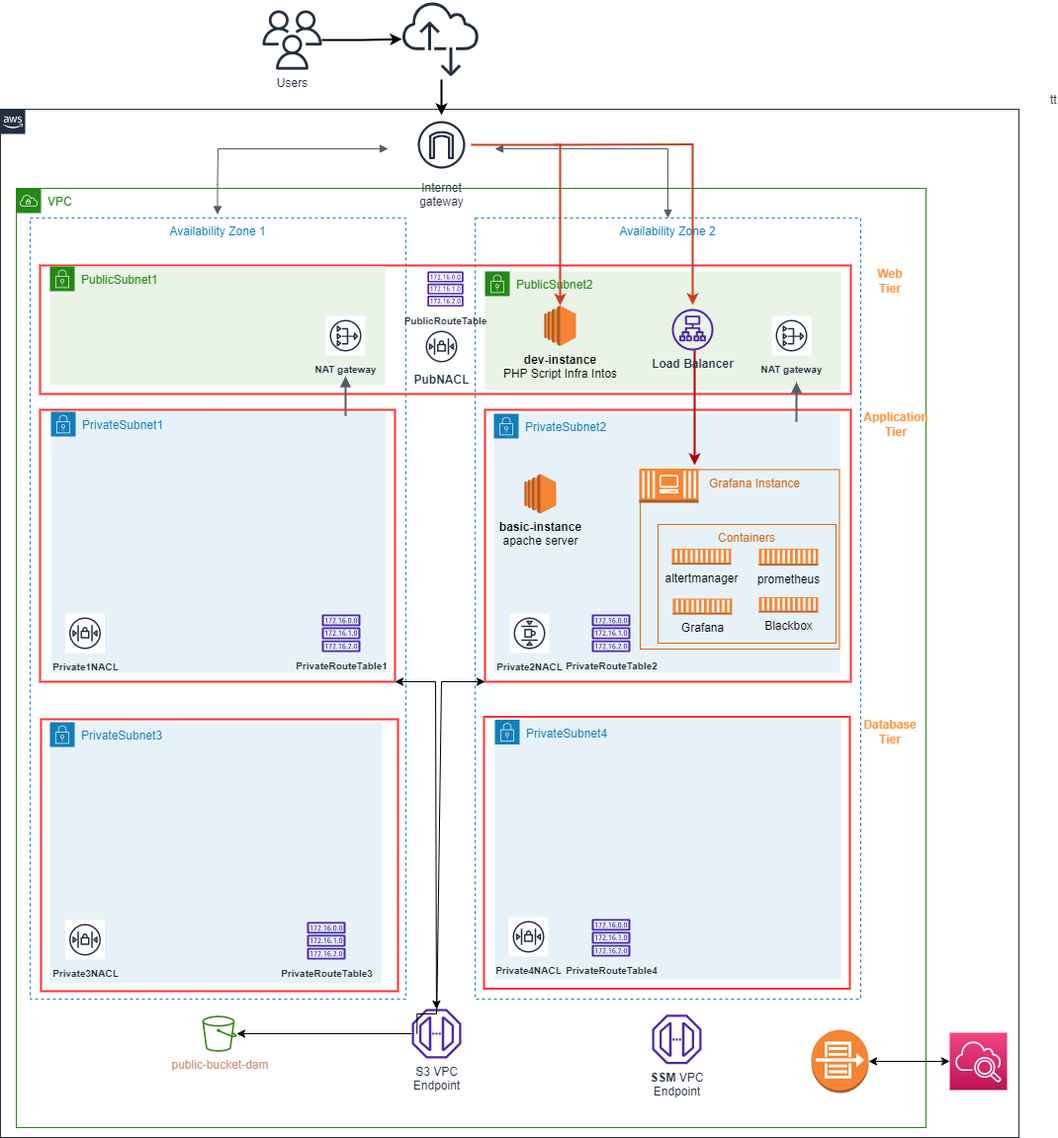
Above: aws-iac/images/AWSInfraInstances.png in blro-ep/ITCNE23-SEM-I (draw.io), before the change. Source tidied: cells renumbered, new cells last; positions are measured from the earlier drawing's top-left corner, leaving out a move shared by most shapes.
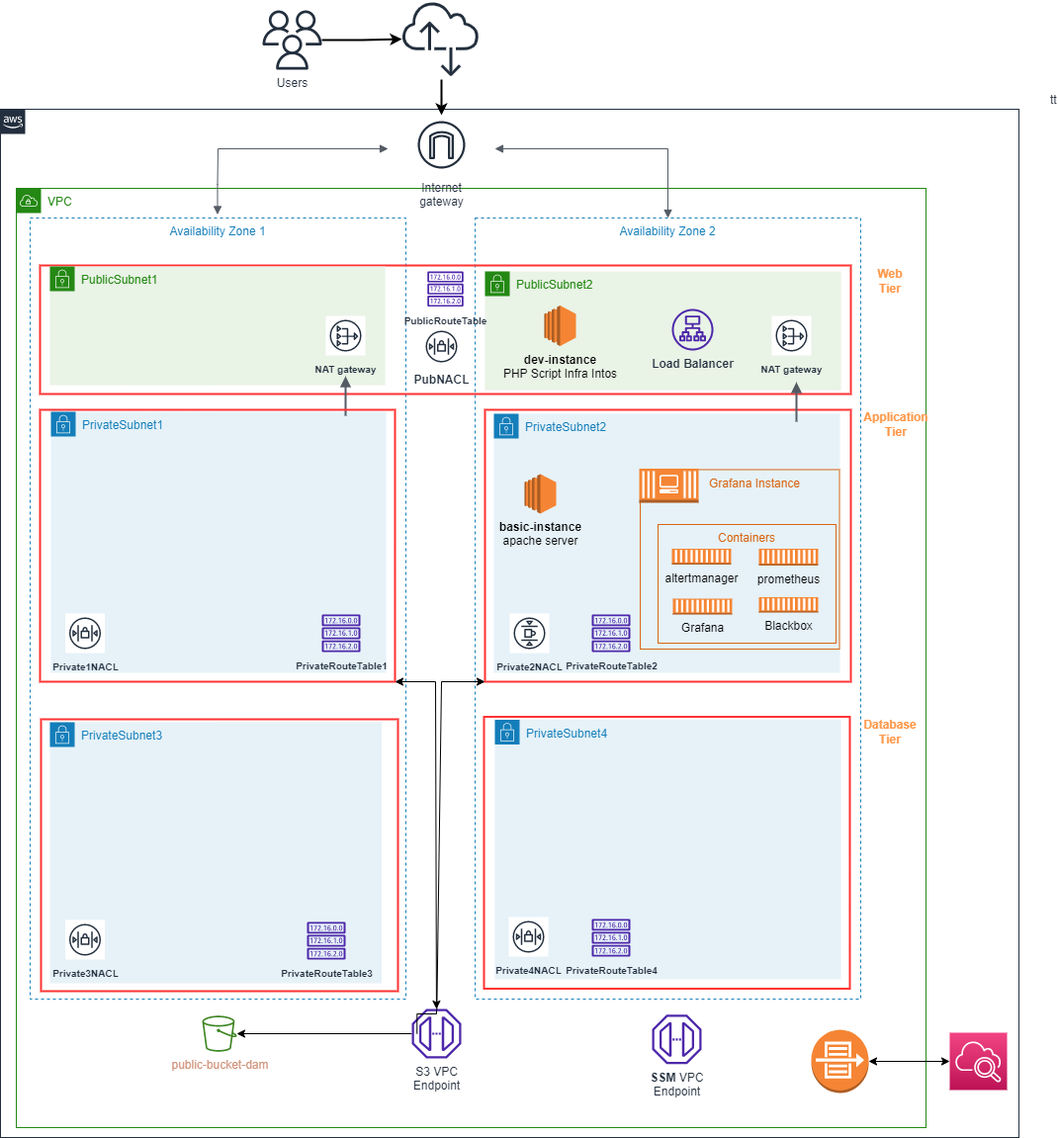
The same file after the commit.

Diff of the diagram source:
```diff
@@ -115,14 +115,6 @@
         <mxPoint x="805" y="386" as="targetPoint" />
       </mxGeometry>
     </mxCell>
-    <mxCell id="33" style="edgeStyle=orthogonalEdgeStyle;rounded=0;jettySize=auto;html=1;fillColor=#e51400;strokeColor=#B20000;strokeWidth=2;" parent="1" edge="1" source="62">
-      <mxGeometry relative="1" as="geometry">
-        <mxPoint x="702" y="470" as="targetPoint" />
-        <Array as="points">
-          <mxPoint x="702" y="470" />
-        </Array>
-      </mxGeometry>
-    </mxCell>
     <mxCell id="34" value="&lt;b&gt;basic-instance&lt;/b&gt;&lt;br&gt;apache server" style="dashed=0;verticalLabelPosition=bottom;verticalAlign=top;align=center;html=1;shape=mxgraph.aws3.ec2;fillColor=#F58534;gradientColor=none;" parent="1" vertex="1">
       <mxGeometry x="530" y="479" width="32" height="40" as="geometry" />
     </mxCell>
@@ -144,22 +136,6 @@
     <mxCell id="40" value="altertmanager" style="dashed=0;verticalLabelPosition=bottom;verticalAlign=top;align=center;html=1;shape=mxgraph.aws3.ec2_compute_container;fillColor=#F58534;gradientColor=none;" parent="36" vertex="1">
       <mxGeometry x="32" y="80" width="60" height="16" as="geometry" />
     </mxCell>
-    <mxCell id="41" style="endArrow=classic;html=1;rounded=0;entryX=0.5;entryY=0;entryDx=0;entryDy=0;entryPerimeter=0;strokeColor=#CC3E1B;strokeWidth=2;" parent="1" edge="1" source="20" target="35">
-      <mxGeometry relative="1" as="geometry">
-        <Array as="points">
-          <mxPoint x="566" y="146" />
-        </Array>
-      </mxGeometry>
-    </mxCell>
-    <mxCell id="42" style="endArrow=classic;html=1;rounded=0;entryX=0.5;entryY=0;entryDx=0;entryDy=0;entryPerimeter=0;strokeColor=#CC3E1B;strokeWidth=2;" parent="1" edge="1">
-      <mxGeometry relative="1" as="geometry">
-        <mxPoint x="560" y="146" as="sourcePoint" />
-        <mxPoint x="700" y="308" as="targetPoint" />
-        <Array as="points">
-          <mxPoint x="700" y="145.5" />
-        </Array>
-      </mxGeometry>
-    </mxCell>
     <mxCell id="43" style="rounded=0;whiteSpace=wrap;html=1;strokeColor=#FF3333;strokeWidth=2;fillColor=none;" parent="1" vertex="1">
       <mxGeometry x="40" y="414" width="359" height="275" as="geometry" />
     </mxCell>
```
